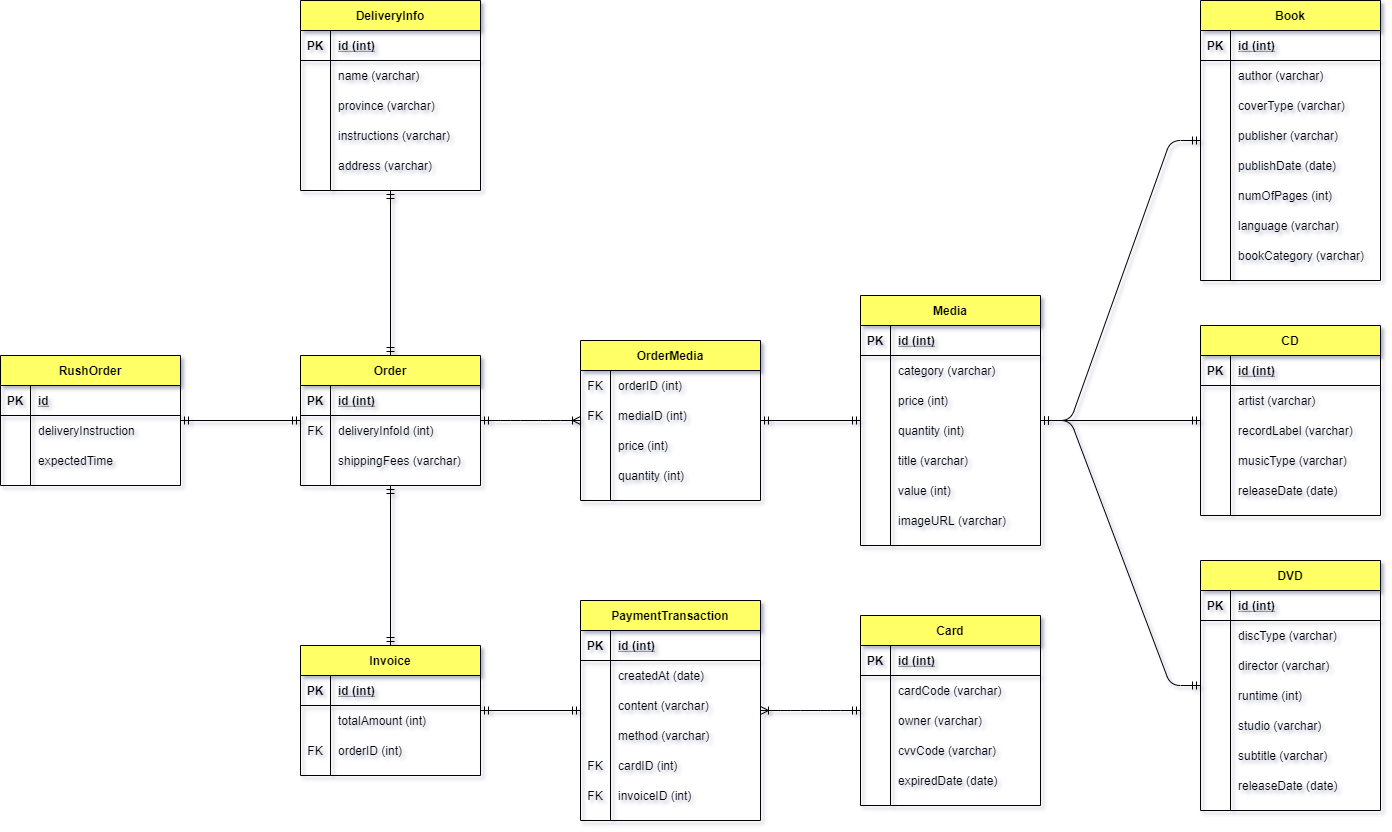
Above: DetailedDesign/DataModeling/LogicalDataModel.png in krazezt/ISD.VN.20211-20184178.TranDucQuan (draw.io), before the change. Source tidied: cells renumbered, new cells last; positions are measured from the earlier drawing's top-left corner, leaving out a move shared by most shapes.
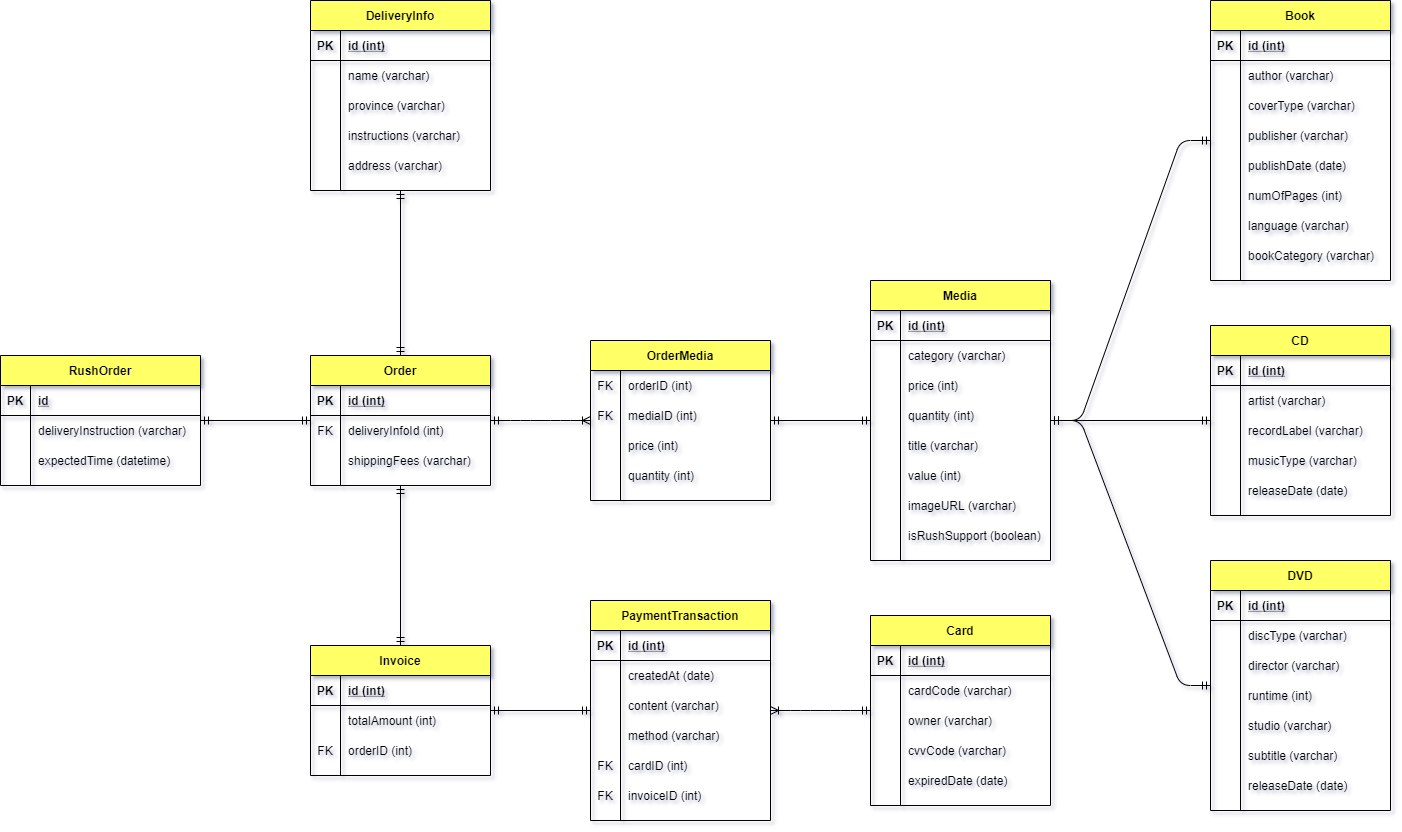
After the commit.

What changed in the source:
```diff
@@ -126,7 +126,7 @@
       <mxGeometry x="30" width="150" height="30" as="geometry" />
     </mxCell>
     <mxCell id="43" value="Media" style="shape=table;startSize=30;rowLines=0;fontStyle=1;align=center;fillColor=#FFFF66;" parent="1" vertex="1">
-      <mxGeometry x="860" y="295" width="180" height="250" as="geometry" />
+      <mxGeometry x="860" y="280" width="180" height="280" as="geometry" />
     </mxCell>
     <mxCell id="44" style="shape=partialRectangle;fillColor=none;top=0;left=0;bottom=1;right=0;" parent="43" vertex="1">
       <mxGeometry y="30" width="180" height="30" as="geometry" />
@@ -191,6 +191,15 @@
     <mxCell id="64" value="imageURL (varchar)" style="shape=partialRectangle;fillColor=none;top=0;left=0;bottom=0;right=0;align=left;spacingLeft=6;overflow=hidden;" parent="62" vertex="1">
       <mxGeometry x="30" width="150" height="30" as="geometry" />
     </mxCell>
+    <mxCell id="191" style="shape=partialRectangle;fillColor=none;top=0;left=0;bottom=0;right=0;" parent="43" vertex="1">
+      <mxGeometry y="240" width="180" height="30" as="geometry" />
+    </mxCell>
+    <mxCell id="192" style="shape=partialRectangle;fillColor=none;top=0;left=0;bottom=0;right=0;overflow=hidden;" parent="191" vertex="1">
+      <mxGeometry width="30" height="30" as="geometry" />
+    </mxCell>
+    <mxCell id="193" value="isRushSupport (boolean)" style="shape=partialRectangle;fillColor=none;top=0;left=0;bottom=0;right=0;align=left;spacingLeft=6;overflow=hidden;" parent="191" vertex="1">
+      <mxGeometry x="30" width="150" height="30" as="geometry" />
+    </mxCell>
     <mxCell id="65" value="CD" style="shape=table;startSize=30;rowLines=0;fontStyle=1;align=center;fillColor=#FFFF66;" parent="1" vertex="1">
       <mxGeometry x="1200" y="325" width="180" height="190" as="geometry" />
     </mxCell>
@@ -537,34 +546,34 @@
       <mxGeometry relative="1" as="geometry" />
     </mxCell>
     <mxCell id="180" value="RushOrder" style="shape=table;startSize=30;rowLines=0;fontStyle=1;align=center;fillColor=#FFFF66;" parent="1" vertex="1">
-      <mxGeometry y="355" width="180" height="130" as="geometry" />
+      <mxGeometry x="-10" y="355" width="200" height="130" as="geometry" />
     </mxCell>
     <mxCell id="181" style="shape=partialRectangle;fillColor=none;top=0;left=0;bottom=1;right=0;" parent="180" vertex="1">
-      <mxGeometry y="30" width="180" height="30" as="geometry" />
+      <mxGeometry y="30" width="200" height="30" as="geometry" />
     </mxCell>
     <mxCell id="182" value="PK" style="shape=partialRectangle;fillColor=none;top=0;left=0;bottom=0;right=0;fontStyle=1;overflow=hidden;" parent="181" vertex="1">
       <mxGeometry width="30" height="30" as="geometry" />
     </mxCell>
     <mxCell id="183" value="id" style="shape=partialRectangle;fillColor=none;top=0;left=0;bottom=0;right=0;align=left;spacingLeft=6;fontStyle=5;overflow=hidden;" parent="181" vertex="1">
-      <mxGeometry x="30" width="150" height="30" as="geometry" />
+      <mxGeometry x="30" width="170" height="30" as="geometry" />
     </mxCell>
     <mxCell id="184" style="shape=partialRectangle;fillColor=none;top=0;left=0;bottom=0;right=0;" parent="180" vertex="1">
-      <mxGeometry y="60" width="180" height="30" as="geometry" />
+      <mxGeometry y="60" width="200" height="30" as="geometry" />
     </mxCell>
     <mxCell id="185" style="shape=partialRectangle;fillColor=none;top=0;left=0;bottom=0;right=0;overflow=hidden;" parent="184" vertex="1">
       <mxGeometry width="30" height="30" as="geometry" />
     </mxCell>
-    <mxCell id="186" value="deliveryInstruction" style="shape=partialRectangle;fillColor=none;top=0;left=0;bottom=0;right=0;align=left;spacingLeft=6;overflow=hidden;" parent="184" vertex="1">
-      <mxGeometry x="30" width="150" height="30" as="geometry" />
+    <mxCell id="186" value="deliveryInstruction (varchar)" style="shape=partialRectangle;fillColor=none;top=0;left=0;bottom=0;right=0;align=left;spacingLeft=6;overflow=hidden;" parent="184" vertex="1">
+      <mxGeometry x="30" width="170" height="30" as="geometry" />
     </mxCell>
     <mxCell id="187" style="shape=partialRectangle;fillColor=none;top=0;left=0;bottom=0;right=0;" parent="180" vertex="1">
-      <mxGeometry y="90" width="180" height="30" as="geometry" />
+      <mxGeometry y="90" width="200" height="30" as="geometry" />
     </mxCell>
     <mxCell id="188" style="shape=partialRectangle;fillColor=none;top=0;left=0;bottom=0;right=0;overflow=hidden;" parent="187" vertex="1">
       <mxGeometry width="30" height="30" as="geometry" />
     </mxCell>
-    <mxCell id="189" value="expectedTime" style="shape=partialRectangle;fillColor=none;top=0;left=0;bottom=0;right=0;align=left;spacingLeft=6;overflow=hidden;" parent="187" vertex="1">
-      <mxGeometry x="30" width="150" height="30" as="geometry" />
+    <mxCell id="189" value="expectedTime (datetime)" style="shape=partialRectangle;fillColor=none;top=0;left=0;bottom=0;right=0;align=left;spacingLeft=6;overflow=hidden;" parent="187" vertex="1">
+      <mxGeometry x="30" width="170" height="30" as="geometry" />
     </mxCell>
     <mxCell id="190" style="endArrow=ERmandOne;startArrow=ERmandOne;html=1;" parent="1" edge="1" source="180" target="18">
       <mxGeometry relative="1" as="geometry" />
```
